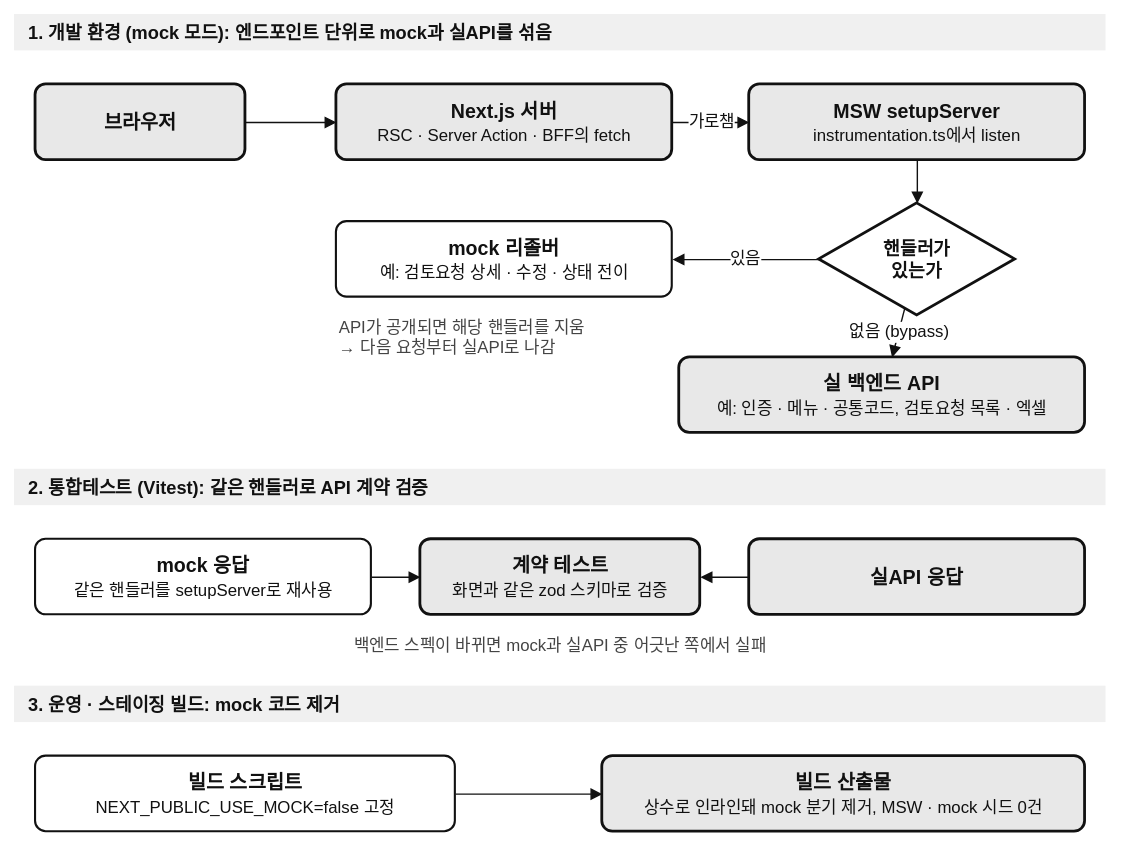
Earlier version of the draw.io export public/diagrams/msw-mock-switch.drawio.svg (reasonjun/portfolio). Source tidied: cells renumbered, new cells last; positions are measured from the earlier drawing's top-left corner, leaving out a move shared by most shapes. Source of this version:
```xml
<mxGraphModel>
  <root>
    <mxCell id="0" />
    <mxCell id="1" parent="0" />
    <mxCell id="2" value="1. 개발 환경 (mock 모드): 엔드포인트 단위로 mock과 실API를 섞음" style="rounded=0;html=1;align=left;spacingLeft=8;fontSize=13;fontStyle=1;fontColor=#111111;strokeColor=none;fillColor=#F0F0F0;" parent="1" vertex="1">
      <mxGeometry width="780" height="26" as="geometry" />
    </mxCell>
    <mxCell id="3" value="브라우저" style="rounded=1;whiteSpace=wrap;html=1;fontSize=14;fontStyle=1;fontColor=#111111;strokeColor=#111111;strokeWidth=2;fillColor=#E8E8E8;arcSize=14;" parent="1" vertex="1">
      <mxGeometry x="15" y="50" width="150" height="54" as="geometry" />
    </mxCell>
    <mxCell id="4" value="Next.js 서버&lt;br&gt;&lt;span style=&quot;font-weight:normal;font-size:12px&quot;&gt;RSC · Server Action · BFF의 fetch&lt;/span&gt;" style="rounded=1;whiteSpace=wrap;html=1;fontSize=14;fontStyle=1;fontColor=#111111;strokeColor=#111111;strokeWidth=2;fillColor=#E8E8E8;arcSize=14;" parent="1" vertex="1">
      <mxGeometry x="230" y="50" width="240" height="54" as="geometry" />
    </mxCell>
    <mxCell id="5" value="MSW setupServer&lt;br&gt;&lt;span style=&quot;font-weight:normal;font-size:12px&quot;&gt;instrumentation.ts에서 listen&lt;/span&gt;" style="rounded=1;whiteSpace=wrap;html=1;fontSize=14;fontStyle=1;fontColor=#111111;strokeColor=#111111;strokeWidth=2;fillColor=#E8E8E8;arcSize=14;" parent="1" vertex="1">
      <mxGeometry x="525" y="50" width="240" height="54" as="geometry" />
    </mxCell>
    <mxCell id="6" style="endArrow=block;endFill=1;html=1;strokeColor=#111111;fontColor=#111111;fontSize=12;labelBackgroundColor=#FFFFFF;" parent="1" edge="1" source="3" target="4">
      <mxGeometry relative="1" as="geometry" />
    </mxCell>
    <mxCell id="7" value="가로챔" style="endArrow=block;endFill=1;html=1;strokeColor=#111111;fontColor=#111111;fontSize=12;labelBackgroundColor=#FFFFFF;" parent="1" edge="1" source="4" target="5">
      <mxGeometry relative="1" as="geometry" />
    </mxCell>
    <mxCell id="8" value="핸들러가&lt;br&gt;있는가" style="rhombus;whiteSpace=wrap;html=1;fontSize=13;fontStyle=1;fontColor=#111111;strokeColor=#111111;strokeWidth=2;fillColor=#FFFFFF;" parent="1" vertex="1">
      <mxGeometry x="575" y="135" width="140" height="80" as="geometry" />
    </mxCell>
    <mxCell id="9" style="endArrow=block;endFill=1;html=1;strokeColor=#111111;" parent="1" edge="1" source="5" target="8">
      <mxGeometry relative="1" as="geometry" />
    </mxCell>
    <mxCell id="10" value="mock 리졸버&lt;br&gt;&lt;span style=&quot;font-weight:normal;font-size:12px&quot;&gt;예: 검토요청 상세 · 수정 · 상태 전이&lt;/span&gt;" style="rounded=1;whiteSpace=wrap;html=1;fontSize=14;fontStyle=1;fontColor=#111111;strokeColor=#111111;strokeWidth=1.5;fillColor=#FFFFFF;arcSize=14;" parent="1" vertex="1">
      <mxGeometry x="230" y="148" width="240" height="54" as="geometry" />
    </mxCell>
    <mxCell id="11" value="있음" style="endArrow=block;endFill=1;html=1;strokeColor=#111111;fontColor=#111111;fontSize=12;labelBackgroundColor=#FFFFFF;" parent="1" edge="1" source="8" target="10">
      <mxGeometry relative="1" as="geometry" />
    </mxCell>
    <mxCell id="12" value="실 백엔드 API&lt;br&gt;&lt;span style=&quot;font-weight:normal;font-size:12px&quot;&gt;예: 인증 · 메뉴 · 공통코드, 검토요청 목록 · 엑셀&lt;/span&gt;" style="rounded=1;whiteSpace=wrap;html=1;fontSize=14;fontStyle=1;fontColor=#111111;strokeColor=#111111;strokeWidth=2;fillColor=#E8E8E8;arcSize=14;" parent="1" vertex="1">
      <mxGeometry x="475" y="245" width="290" height="54" as="geometry" />
    </mxCell>
    <mxCell id="13" value="없음 (bypass)" style="endArrow=block;endFill=1;html=1;strokeColor=#111111;fontColor=#111111;fontSize=12;labelBackgroundColor=#FFFFFF;" parent="1" edge="1" source="8" target="12">
      <mxGeometry relative="1" as="geometry" />
    </mxCell>
    <mxCell id="14" value="API가 공개되면 해당 핸들러를 지움&lt;br&gt;→ 다음 요청부터 실API로 나감" style="text;html=1;align=left;verticalAlign=top;whiteSpace=wrap;fontSize=12;fontColor=#444444;" parent="1" vertex="1">
      <mxGeometry x="230" y="210" width="240" height="40" as="geometry" />
    </mxCell>
    <mxCell id="15" value="2. 통합테스트 (Vitest): 같은 핸들러로 API 계약 검증" style="rounded=0;html=1;align=left;spacingLeft=8;fontSize=13;fontStyle=1;fontColor=#111111;strokeColor=none;fillColor=#F0F0F0;" parent="1" vertex="1">
      <mxGeometry y="325" width="780" height="26" as="geometry" />
    </mxCell>
    <mxCell id="16" value="mock 응답&lt;br&gt;&lt;span style=&quot;font-weight:normal;font-size:12px&quot;&gt;같은 핸들러를 setupServer로 재사용&lt;/span&gt;" style="rounded=1;whiteSpace=wrap;html=1;fontSize=14;fontStyle=1;fontColor=#111111;strokeColor=#111111;strokeWidth=1.5;fillColor=#FFFFFF;arcSize=14;" parent="1" vertex="1">
      <mxGeometry x="15" y="375" width="240" height="54" as="geometry" />
    </mxCell>
    <mxCell id="17" value="계약 테스트&lt;br&gt;&lt;span style=&quot;font-weight:normal;font-size:12px&quot;&gt;화면과 같은 zod 스키마로 검증&lt;/span&gt;" style="rounded=1;whiteSpace=wrap;html=1;fontSize=14;fontStyle=1;fontColor=#111111;strokeColor=#111111;strokeWidth=2;fillColor=#E8E8E8;arcSize=14;" parent="1" vertex="1">
      <mxGeometry x="290" y="375" width="200" height="54" as="geometry" />
    </mxCell>
    <mxCell id="18" value="실API 응답" style="rounded=1;whiteSpace=wrap;html=1;fontSize=14;fontStyle=1;fontColor=#111111;strokeColor=#111111;strokeWidth=2;fillColor=#E8E8E8;arcSize=14;" parent="1" vertex="1">
      <mxGeometry x="525" y="375" width="240" height="54" as="geometry" />
    </mxCell>
    <mxCell id="19" style="endArrow=block;endFill=1;html=1;strokeColor=#111111;" parent="1" edge="1" source="16" target="17">
      <mxGeometry relative="1" as="geometry" />
    </mxCell>
    <mxCell id="20" style="endArrow=block;endFill=1;html=1;strokeColor=#111111;" parent="1" edge="1" source="18" target="17">
      <mxGeometry relative="1" as="geometry" />
    </mxCell>
    <mxCell id="21" value="백엔드 스펙이 바뀌면 mock과 실API 중 어긋난 쪽에서 실패" style="text;html=1;align=center;verticalAlign=top;whiteSpace=wrap;fontSize=12;fontColor=#444444;" parent="1" vertex="1">
      <mxGeometry x="190" y="437" width="400" height="22" as="geometry" />
    </mxCell>
    <mxCell id="22" value="3. 운영 · 스테이징 빌드: mock 코드 제거" style="rounded=0;html=1;align=left;spacingLeft=8;fontSize=13;fontStyle=1;fontColor=#111111;strokeColor=none;fillColor=#F0F0F0;" parent="1" vertex="1">
      <mxGeometry y="480" width="780" height="26" as="geometry" />
    </mxCell>
    <mxCell id="23" value="빌드 스크립트&lt;br&gt;&lt;span style=&quot;font-weight:normal;font-size:12px&quot;&gt;NEXT_PUBLIC_USE_MOCK=false 고정&lt;/span&gt;" style="rounded=1;whiteSpace=wrap;html=1;fontSize=14;fontStyle=1;fontColor=#111111;strokeColor=#111111;strokeWidth=1.5;fillColor=#FFFFFF;arcSize=14;" parent="1" vertex="1">
      <mxGeometry x="15" y="530" width="300" height="54" as="geometry" />
    </mxCell>
    <mxCell id="24" value="빌드 산출물&lt;br&gt;&lt;span style=&quot;font-weight:normal;font-size:12px&quot;&gt;상수로 인라인돼 mock 분기 제거, MSW · mock 시드 0건&lt;/span&gt;" style="rounded=1;whiteSpace=wrap;html=1;fontSize=14;fontStyle=1;fontColor=#111111;strokeColor=#111111;strokeWidth=2;fillColor=#E8E8E8;arcSize=14;" parent="1" vertex="1">
      <mxGeometry x="420" y="530" width="345" height="54" as="geometry" />
    </mxCell>
    <mxCell id="25" style="endArrow=block;endFill=1;html=1;strokeColor=#111111;" parent="1" edge="1" source="23" target="24">
      <mxGeometry relative="1" as="geometry" />
    </mxCell>
  </root>
</mxGraphModel>
```
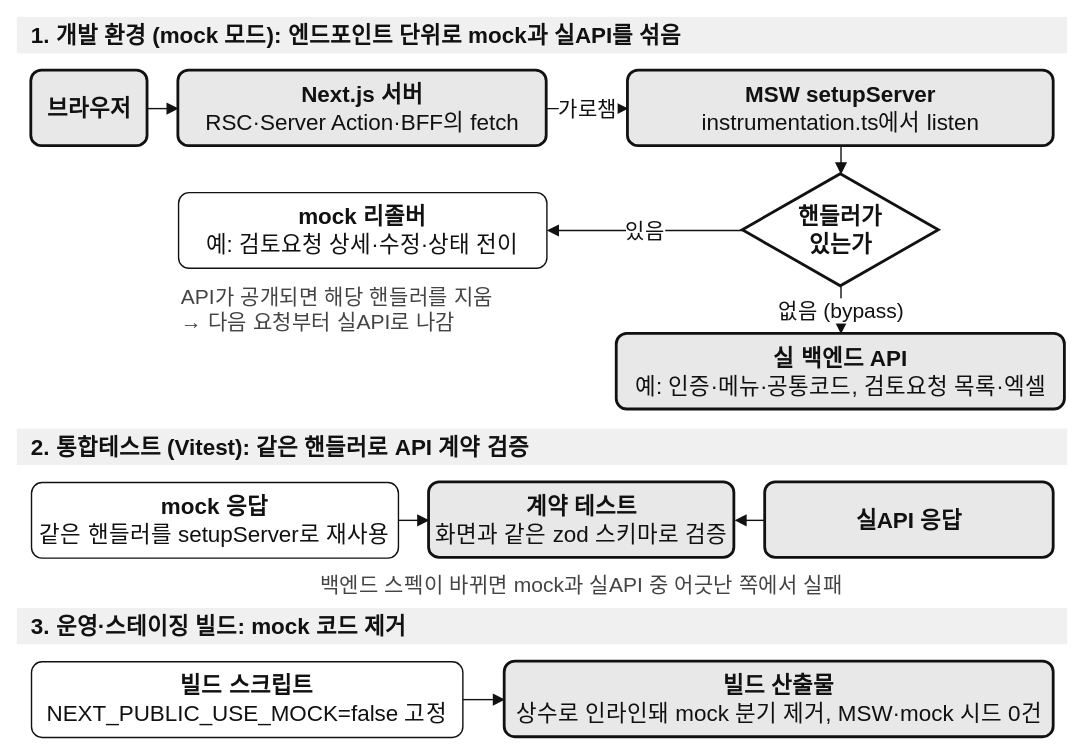
After the commit.

Change to the diagram source:
```diff
@@ -2,56 +2,56 @@
   <root>
     <mxCell id="0" />
     <mxCell id="1" parent="0" />
-    <mxCell id="2" value="1. 개발 환경 (mock 모드): 엔드포인트 단위로 mock과 실API를 섞음" style="rounded=0;html=1;align=left;spacingLeft=8;fontSize=13;fontStyle=1;fontColor=#111111;strokeColor=none;fillColor=#F0F0F0;" parent="1" vertex="1">
-      <mxGeometry width="780" height="26" as="geometry" />
+    <mxCell id="2" value="1. 개발 환경 (mock 모드): 엔드포인트 단위로 mock과 실API를 섞음" style="rounded=0;html=1;align=left;spacingLeft=8;fontSize=16;fontStyle=1;fontColor=#111111;strokeColor=none;fillColor=#F0F0F0;" parent="1" vertex="1">
+      <mxGeometry width="750" height="26" as="geometry" />
     </mxCell>
-    <mxCell id="3" value="브라우저" style="rounded=1;whiteSpace=wrap;html=1;fontSize=14;fontStyle=1;fontColor=#111111;strokeColor=#111111;strokeWidth=2;fillColor=#E8E8E8;arcSize=14;" parent="1" vertex="1">
-      <mxGeometry x="15" y="50" width="150" height="54" as="geometry" />
+    <mxCell id="3" value="브라우저" style="rounded=1;whiteSpace=wrap;html=1;fontSize=16;fontStyle=1;fontColor=#111111;strokeColor=#111111;strokeWidth=2;fillColor=#E8E8E8;arcSize=14;" parent="1" vertex="1">
+      <mxGeometry x="10" y="38" width="83" height="54" as="geometry" />
     </mxCell>
-    <mxCell id="4" value="Next.js 서버&lt;br&gt;&lt;span style=&quot;font-weight:normal;font-size:12px&quot;&gt;RSC · Server Action · BFF의 fetch&lt;/span&gt;" style="rounded=1;whiteSpace=wrap;html=1;fontSize=14;fontStyle=1;fontColor=#111111;strokeColor=#111111;strokeWidth=2;fillColor=#E8E8E8;arcSize=14;" parent="1" vertex="1">
-      <mxGeometry x="230" y="50" width="240" height="54" as="geometry" />
+    <mxCell id="4" value="Next.js 서버&lt;br&gt;&lt;span style=&quot;font-weight:normal;font-size:16px&quot;&gt;RSC·Server Action·BFF의 fetch&lt;/span&gt;" style="rounded=1;whiteSpace=wrap;html=1;fontSize=16;fontStyle=1;fontColor=#111111;strokeColor=#111111;strokeWidth=2;fillColor=#E8E8E8;arcSize=14;" parent="1" vertex="1">
+      <mxGeometry x="115" y="38" width="263" height="54" as="geometry" />
     </mxCell>
-    <mxCell id="5" value="MSW setupServer&lt;br&gt;&lt;span style=&quot;font-weight:normal;font-size:12px&quot;&gt;instrumentation.ts에서 listen&lt;/span&gt;" style="rounded=1;whiteSpace=wrap;html=1;fontSize=14;fontStyle=1;fontColor=#111111;strokeColor=#111111;strokeWidth=2;fillColor=#E8E8E8;arcSize=14;" parent="1" vertex="1">
-      <mxGeometry x="525" y="50" width="240" height="54" as="geometry" />
+    <mxCell id="5" value="MSW setupServer&lt;br&gt;&lt;span style=&quot;font-weight:normal;font-size:16px&quot;&gt;instrumentation.ts에서 listen&lt;/span&gt;" style="rounded=1;whiteSpace=wrap;html=1;fontSize=16;fontStyle=1;fontColor=#111111;strokeColor=#111111;strokeWidth=2;fillColor=#E8E8E8;arcSize=14;" parent="1" vertex="1">
+      <mxGeometry x="436" y="38" width="304" height="54" as="geometry" />
     </mxCell>
-    <mxCell id="6" style="endArrow=block;endFill=1;html=1;strokeColor=#111111;fontColor=#111111;fontSize=12;labelBackgroundColor=#FFFFFF;" parent="1" edge="1" source="3" target="4">
+    <mxCell id="6" style="endArrow=block;endFill=1;html=1;strokeColor=#111111;fontColor=#111111;fontSize=15;labelBackgroundColor=#FFFFFF;" parent="1" edge="1" source="3" target="4">
       <mxGeometry relative="1" as="geometry" />
     </mxCell>
-    <mxCell id="7" value="가로챔" style="endArrow=block;endFill=1;html=1;strokeColor=#111111;fontColor=#111111;fontSize=12;labelBackgroundColor=#FFFFFF;" parent="1" edge="1" source="4" target="5">
+    <mxCell id="7" value="가로챔" style="endArrow=block;endFill=1;html=1;strokeColor=#111111;fontColor=#111111;fontSize=15;labelBackgroundColor=#FFFFFF;" parent="1" edge="1" source="4" target="5">
       <mxGeometry relative="1" as="geometry" />
     </mxCell>
-    <mxCell id="8" value="핸들러가&lt;br&gt;있는가" style="rhombus;whiteSpace=wrap;html=1;fontSize=13;fontStyle=1;fontColor=#111111;strokeColor=#111111;strokeWidth=2;fillColor=#FFFFFF;" parent="1" vertex="1">
-      <mxGeometry x="575" y="135" width="140" height="80" as="geometry" />
+    <mxCell id="8" value="핸들러가&lt;br&gt;있는가" style="rhombus;whiteSpace=wrap;html=1;fontSize=16;fontStyle=1;fontColor=#111111;strokeColor=#111111;strokeWidth=2;fillColor=#FFFFFF;" parent="1" vertex="1">
+      <mxGeometry x="518" y="112" width="140" height="80" as="geometry" />
     </mxCell>
     <mxCell id="9" style="endArrow=block;endFill=1;html=1;strokeColor=#111111;" parent="1" edge="1" source="5" target="8">
       <mxGeometry relative="1" as="geometry" />
     </mxCell>
-    <mxCell id="10" value="mock 리졸버&lt;br&gt;&lt;span style=&quot;font-weight:normal;font-size:12px&quot;&gt;예: 검토요청 상세 · 수정 · 상태 전이&lt;/span&gt;" style="rounded=1;whiteSpace=wrap;html=1;fontSize=14;fontStyle=1;fontColor=#111111;strokeColor=#111111;strokeWidth=1.5;fillColor=#FFFFFF;arcSize=14;" parent="1" vertex="1">
-      <mxGeometry x="230" y="148" width="240" height="54" as="geometry" />
+    <mxCell id="10" value="mock 리졸버&lt;br&gt;&lt;span style=&quot;font-weight:normal;font-size:16px&quot;&gt;예: 검토요청 상세·수정·상태 전이&lt;/span&gt;" style="rounded=1;whiteSpace=wrap;html=1;fontSize=16;fontStyle=1;fontColor=#111111;strokeColor=#111111;fillColor=#FFFFFF;arcSize=14;" parent="1" vertex="1">
+      <mxGeometry x="115" y="125" width="263" height="54" as="geometry" />
     </mxCell>
-    <mxCell id="11" value="있음" style="endArrow=block;endFill=1;html=1;strokeColor=#111111;fontColor=#111111;fontSize=12;labelBackgroundColor=#FFFFFF;" parent="1" edge="1" source="8" target="10">
+    <mxCell id="11" value="있음" style="endArrow=block;endFill=1;html=1;strokeColor=#111111;fontColor=#111111;fontSize=15;labelBackgroundColor=#FFFFFF;" parent="1" edge="1" source="8" target="10">
       <mxGeometry relative="1" as="geometry" />
     </mxCell>
-    <mxCell id="12" value="실 백엔드 API&lt;br&gt;&lt;span style=&quot;font-weight:normal;font-size:12px&quot;&gt;예: 인증 · 메뉴 · 공통코드, 검토요청 목록 · 엑셀&lt;/span&gt;" style="rounded=1;whiteSpace=wrap;html=1;fontSize=14;fontStyle=1;fontColor=#111111;strokeColor=#111111;strokeWidth=2;fillColor=#E8E8E8;arcSize=14;" parent="1" vertex="1">
-      <mxGeometry x="475" y="245" width="290" height="54" as="geometry" />
+    <mxCell id="12" value="실 백엔드 API&lt;br&gt;&lt;span style=&quot;font-weight:normal;font-size:16px&quot;&gt;예: 인증·메뉴·공통코드, 검토요청 목록·엑셀&lt;/span&gt;" style="rounded=1;whiteSpace=wrap;html=1;fontSize=16;fontStyle=1;fontColor=#111111;strokeColor=#111111;strokeWidth=2;fillColor=#E8E8E8;arcSize=14;" parent="1" vertex="1">
+      <mxGeometry x="428" y="226" width="320" height="54" as="geometry" />
     </mxCell>
-    <mxCell id="13" value="없음 (bypass)" style="endArrow=block;endFill=1;html=1;strokeColor=#111111;fontColor=#111111;fontSize=12;labelBackgroundColor=#FFFFFF;" parent="1" edge="1" source="8" target="12">
+    <mxCell id="13" value="없음 (bypass)" style="endArrow=block;endFill=1;html=1;strokeColor=#111111;fontColor=#111111;fontSize=15;labelBackgroundColor=#FFFFFF;" parent="1" edge="1" source="8" target="12">
       <mxGeometry relative="1" as="geometry" />
     </mxCell>
-    <mxCell id="14" value="API가 공개되면 해당 핸들러를 지움&lt;br&gt;→ 다음 요청부터 실API로 나감" style="text;html=1;align=left;verticalAlign=top;whiteSpace=wrap;fontSize=12;fontColor=#444444;" parent="1" vertex="1">
-      <mxGeometry x="230" y="210" width="240" height="40" as="geometry" />
+    <mxCell id="14" value="API가 공개되면 해당 핸들러를 지움&lt;br&gt;→ 다음 요청부터 실API로 나감" style="text;html=1;align=left;verticalAlign=top;whiteSpace=wrap;fontSize=15;fontColor=#444444;" parent="1" vertex="1">
+      <mxGeometry x="115" y="184" width="263" height="40" as="geometry" />
     </mxCell>
-    <mxCell id="15" value="2. 통합테스트 (Vitest): 같은 핸들러로 API 계약 검증" style="rounded=0;html=1;align=left;spacingLeft=8;fontSize=13;fontStyle=1;fontColor=#111111;strokeColor=none;fillColor=#F0F0F0;" parent="1" vertex="1">
-      <mxGeometry y="325" width="780" height="26" as="geometry" />
+    <mxCell id="15" value="2. 통합테스트 (Vitest): 같은 핸들러로 API 계약 검증" style="rounded=0;html=1;align=left;spacingLeft=8;fontSize=16;fontStyle=1;fontColor=#111111;strokeColor=none;fillColor=#F0F0F0;" parent="1" vertex="1">
+      <mxGeometry y="294" width="750" height="26" as="geometry" />
     </mxCell>
-    <mxCell id="16" value="mock 응답&lt;br&gt;&lt;span style=&quot;font-weight:normal;font-size:12px&quot;&gt;같은 핸들러를 setupServer로 재사용&lt;/span&gt;" style="rounded=1;whiteSpace=wrap;html=1;fontSize=14;fontStyle=1;fontColor=#111111;strokeColor=#111111;strokeWidth=1.5;fillColor=#FFFFFF;arcSize=14;" parent="1" vertex="1">
-      <mxGeometry x="15" y="375" width="240" height="54" as="geometry" />
+    <mxCell id="16" value="mock 응답&lt;br&gt;&lt;span style=&quot;font-weight:normal;font-size:16px&quot;&gt;같은 핸들러를 setupServer로 재사용&lt;/span&gt;" style="rounded=1;whiteSpace=wrap;html=1;fontSize=16;fontStyle=1;fontColor=#111111;strokeColor=#111111;fillColor=#FFFFFF;arcSize=14;" parent="1" vertex="1">
+      <mxGeometry x="10" y="332" width="262" height="54" as="geometry" />
     </mxCell>
-    <mxCell id="17" value="계약 테스트&lt;br&gt;&lt;span style=&quot;font-weight:normal;font-size:12px&quot;&gt;화면과 같은 zod 스키마로 검증&lt;/span&gt;" style="rounded=1;whiteSpace=wrap;html=1;fontSize=14;fontStyle=1;fontColor=#111111;strokeColor=#111111;strokeWidth=2;fillColor=#E8E8E8;arcSize=14;" parent="1" vertex="1">
-      <mxGeometry x="290" y="375" width="200" height="54" as="geometry" />
+    <mxCell id="17" value="계약 테스트&lt;br&gt;&lt;span style=&quot;font-weight:normal;font-size:16px&quot;&gt;화면과 같은 zod 스키마로 검증&lt;/span&gt;" style="rounded=1;whiteSpace=wrap;html=1;fontSize=16;fontStyle=1;fontColor=#111111;strokeColor=#111111;strokeWidth=2;fillColor=#E8E8E8;arcSize=14;" parent="1" vertex="1">
+      <mxGeometry x="294" y="332" width="218" height="54" as="geometry" />
     </mxCell>
-    <mxCell id="18" value="실API 응답" style="rounded=1;whiteSpace=wrap;html=1;fontSize=14;fontStyle=1;fontColor=#111111;strokeColor=#111111;strokeWidth=2;fillColor=#E8E8E8;arcSize=14;" parent="1" vertex="1">
-      <mxGeometry x="525" y="375" width="240" height="54" as="geometry" />
+    <mxCell id="18" value="실API 응답" style="rounded=1;whiteSpace=wrap;html=1;fontSize=16;fontStyle=1;fontColor=#111111;strokeColor=#111111;strokeWidth=2;fillColor=#E8E8E8;arcSize=14;" parent="1" vertex="1">
+      <mxGeometry x="534" y="332" width="206" height="54" as="geometry" />
     </mxCell>
     <mxCell id="19" style="endArrow=block;endFill=1;html=1;strokeColor=#111111;" parent="1" edge="1" source="16" target="17">
       <mxGeometry relative="1" as="geometry" />
@@ -59,17 +59,17 @@
     <mxCell id="20" style="endArrow=block;endFill=1;html=1;strokeColor=#111111;" parent="1" edge="1" source="18" target="17">
       <mxGeometry relative="1" as="geometry" />
     </mxCell>
-    <mxCell id="21" value="백엔드 스펙이 바뀌면 mock과 실API 중 어긋난 쪽에서 실패" style="text;html=1;align=center;verticalAlign=top;whiteSpace=wrap;fontSize=12;fontColor=#444444;" parent="1" vertex="1">
-      <mxGeometry x="190" y="437" width="400" height="22" as="geometry" />
+    <mxCell id="21" value="백엔드 스펙이 바뀌면 mock과 실API 중 어긋난 쪽에서 실패" style="text;html=1;align=center;verticalAlign=top;whiteSpace=wrap;fontSize=15;fontColor=#444444;" parent="1" vertex="1">
+      <mxGeometry x="173" y="390" width="460" height="22" as="geometry" />
     </mxCell>
-    <mxCell id="22" value="3. 운영 · 스테이징 빌드: mock 코드 제거" style="rounded=0;html=1;align=left;spacingLeft=8;fontSize=13;fontStyle=1;fontColor=#111111;strokeColor=none;fillColor=#F0F0F0;" parent="1" vertex="1">
-      <mxGeometry y="480" width="780" height="26" as="geometry" />
+    <mxCell id="22" value="3. 운영·스테이징 빌드: mock 코드 제거" style="rounded=0;html=1;align=left;spacingLeft=8;fontSize=16;fontStyle=1;fontColor=#111111;strokeColor=none;fillColor=#F0F0F0;" parent="1" vertex="1">
+      <mxGeometry y="422" width="750" height="26" as="geometry" />
     </mxCell>
-    <mxCell id="23" value="빌드 스크립트&lt;br&gt;&lt;span style=&quot;font-weight:normal;font-size:12px&quot;&gt;NEXT_PUBLIC_USE_MOCK=false 고정&lt;/span&gt;" style="rounded=1;whiteSpace=wrap;html=1;fontSize=14;fontStyle=1;fontColor=#111111;strokeColor=#111111;strokeWidth=1.5;fillColor=#FFFFFF;arcSize=14;" parent="1" vertex="1">
-      <mxGeometry x="15" y="530" width="300" height="54" as="geometry" />
+    <mxCell id="23" value="빌드 스크립트&lt;br&gt;&lt;span style=&quot;font-weight:normal;font-size:16px&quot;&gt;NEXT_PUBLIC_USE_MOCK=false 고정&lt;/span&gt;" style="rounded=1;whiteSpace=wrap;html=1;fontSize=16;fontStyle=1;fontColor=#111111;strokeColor=#111111;fillColor=#FFFFFF;arcSize=14;" parent="1" vertex="1">
+      <mxGeometry x="10" y="460" width="308" height="54" as="geometry" />
     </mxCell>
-    <mxCell id="24" value="빌드 산출물&lt;br&gt;&lt;span style=&quot;font-weight:normal;font-size:12px&quot;&gt;상수로 인라인돼 mock 분기 제거, MSW · mock 시드 0건&lt;/span&gt;" style="rounded=1;whiteSpace=wrap;html=1;fontSize=14;fontStyle=1;fontColor=#111111;strokeColor=#111111;strokeWidth=2;fillColor=#E8E8E8;arcSize=14;" parent="1" vertex="1">
-      <mxGeometry x="420" y="530" width="345" height="54" as="geometry" />
+    <mxCell id="24" value="빌드 산출물&lt;br&gt;&lt;span style=&quot;font-weight:normal;font-size:16px&quot;&gt;상수로 인라인돼 mock 분기 제거, MSW·mock 시드 0건&lt;/span&gt;" style="rounded=1;whiteSpace=wrap;html=1;fontSize=16;fontStyle=1;fontColor=#111111;strokeColor=#111111;strokeWidth=2;fillColor=#E8E8E8;arcSize=14;" parent="1" vertex="1">
+      <mxGeometry x="348" y="460" width="392" height="54" as="geometry" />
     </mxCell>
     <mxCell id="25" style="endArrow=block;endFill=1;html=1;strokeColor=#111111;" parent="1" edge="1" source="23" target="24">
       <mxGeometry relative="1" as="geometry" />
```
